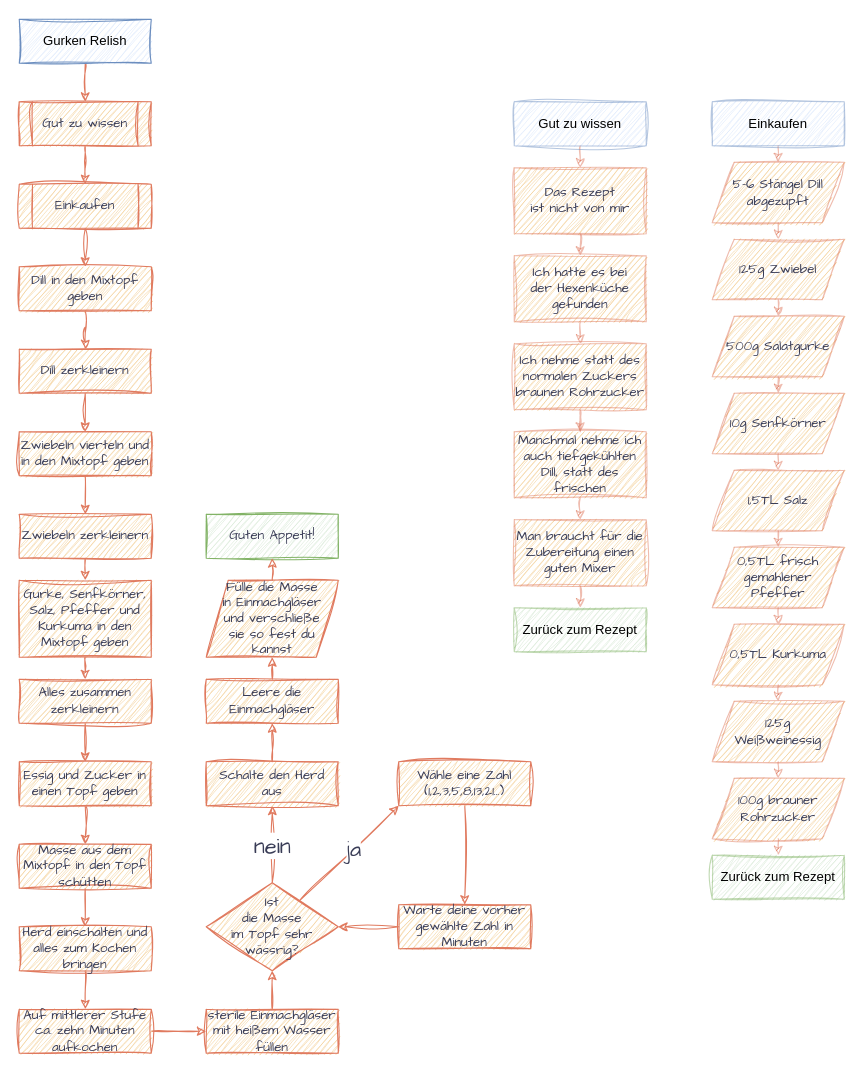
The draw.io diagram cucumber_relish/de_cucumber_relish.drawio in DarkDonnerGunther/rivercookery, before the edit. Source tidied: cells renumbered, new cells numbered last; positions are measured from the earlier drawing's top-left corner, leaving out a move shared by most shapes. Both pictures are drawn from the tidied source at 110%, with x=0, y=0 at pixel (19, 19).
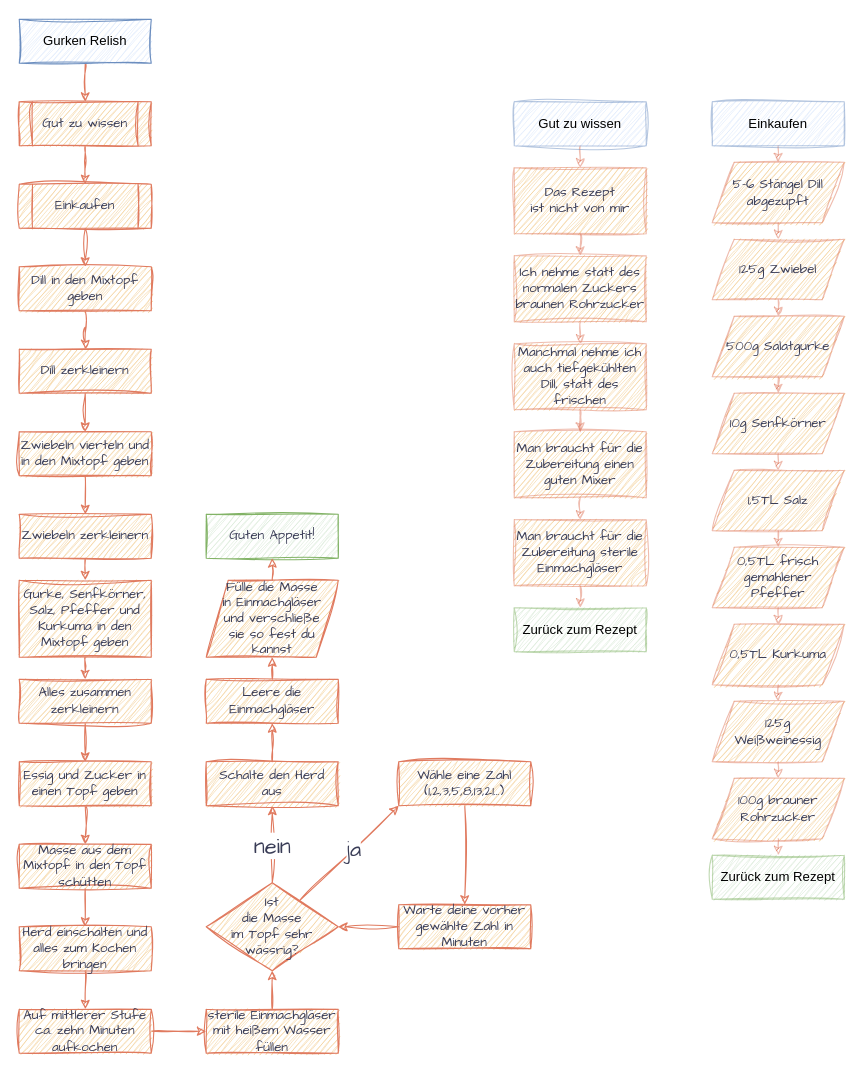
The same page after the edit.

What changed in the source:
```diff
@@
-    <mxCell id="13" value="Ich hatte es bei&lt;br&gt;der Hexenküche&lt;br&gt;gefunden" style="shape=label;fixedSize=1;hachureGap=4;strokeColor=#E07A5F;fontFamily=Architects Daughter;fontSize=12;fontColor=#393C56;fillColor=#F2CC8F;labelBorderColor=none;whiteSpace=wrap;html=1;labelBackgroundColor=none;rounded=0;sketch=1;curveFitting=1;jiggle=2;shadow=0;strokeOpacity=50;" parent="1" vertex="1">
+    <mxCell id="13" value="Ich nehme statt des normalen Zuckers braunen Rohrzucker" style="shape=label;fixedSize=1;hachureGap=4;strokeColor=#E07A5F;fontFamily=Architects Daughter;fontSize=12;fontColor=#393C56;fillColor=#F2CC8F;labelBorderColor=none;whiteSpace=wrap;html=1;labelBackgroundColor=none;rounded=0;sketch=1;curveFitting=1;jiggle=2;shadow=0;strokeOpacity=50;" parent="1" vertex="1">
       <mxGeometry x="450" y="215" width="120" height="60" as="geometry" />
     </mxCell>
@@
-    <mxCell id="15" value="Ich nehme statt des normalen Zuckers braunen Rohrzucker" style="shape=label;fixedSize=1;hachureGap=4;strokeColor=#E07A5F;fontFamily=Architects Daughter;fontSize=12;fontColor=#393C56;fillColor=#F2CC8F;labelBorderColor=none;whiteSpace=wrap;html=1;labelBackgroundColor=none;rounded=0;sketch=1;curveFitting=1;jiggle=2;shadow=0;strokeOpacity=50;" parent="1" vertex="1">
+    <mxCell id="15" value="Manchmal nehme ich auch tiefgekühlten Dill, statt des frischen" style="shape=label;fixedSize=1;hachureGap=4;strokeColor=#E07A5F;fontFamily=Architects Daughter;fontSize=12;fontColor=#393C56;fillColor=#F2CC8F;labelBorderColor=none;whiteSpace=wrap;html=1;labelBackgroundColor=none;rounded=0;sketch=1;curveFitting=1;jiggle=2;shadow=0;strokeOpacity=50;" parent="1" vertex="1">
       <mxGeometry x="450" y="295" width="120" height="60" as="geometry" />
     </mxCell>
@@
-    <mxCell id="23" value="Manchmal nehme ich auch tiefgekühlten Dill, statt des frischen" style="shape=label;fixedSize=1;hachureGap=4;strokeColor=#E07A5F;fontFamily=Architects Daughter;fontSize=12;fontColor=#393C56;fillColor=#F2CC8F;labelBorderColor=none;whiteSpace=wrap;html=1;labelBackgroundColor=none;rounded=0;sketch=1;curveFitting=1;jiggle=2;shadow=0;strokeOpacity=50;" parent="1" vertex="1">
+    <mxCell id="23" value="Man braucht für die Zubereitung einen guten Mixer" style="shape=label;fixedSize=1;hachureGap=4;strokeColor=#E07A5F;fontFamily=Architects Daughter;fontSize=12;fontColor=#393C56;fillColor=#F2CC8F;labelBorderColor=none;whiteSpace=wrap;html=1;labelBackgroundColor=none;rounded=0;sketch=1;curveFitting=1;jiggle=2;shadow=0;strokeOpacity=50;" parent="1" vertex="1">
       <mxGeometry x="450" y="375" width="120" height="60" as="geometry" />
     </mxCell>
@@
-    <mxCell id="76" value="Man braucht für die Zubereitung einen guten Mixer" style="shape=label;fixedSize=1;hachureGap=4;strokeColor=#E07A5F;fontFamily=Architects Daughter;fontSize=12;fontColor=#393C56;fillColor=#F2CC8F;labelBorderColor=none;whiteSpace=wrap;html=1;labelBackgroundColor=none;rounded=0;sketch=1;curveFitting=1;jiggle=2;shadow=0;strokeOpacity=50;" parent="1" vertex="1">
+    <mxCell id="76" value="Man braucht für die Zubereitung sterile Einmachgläser" style="shape=label;fixedSize=1;hachureGap=4;strokeColor=#E07A5F;fontFamily=Architects Daughter;fontSize=12;fontColor=#393C56;fillColor=#F2CC8F;labelBorderColor=none;whiteSpace=wrap;html=1;labelBackgroundColor=none;rounded=0;sketch=1;curveFitting=1;jiggle=2;shadow=0;strokeOpacity=50;" parent="1" vertex="1">
       <mxGeometry x="450" y="455" width="120" height="60" as="geometry" />
     </mxCell>
```
